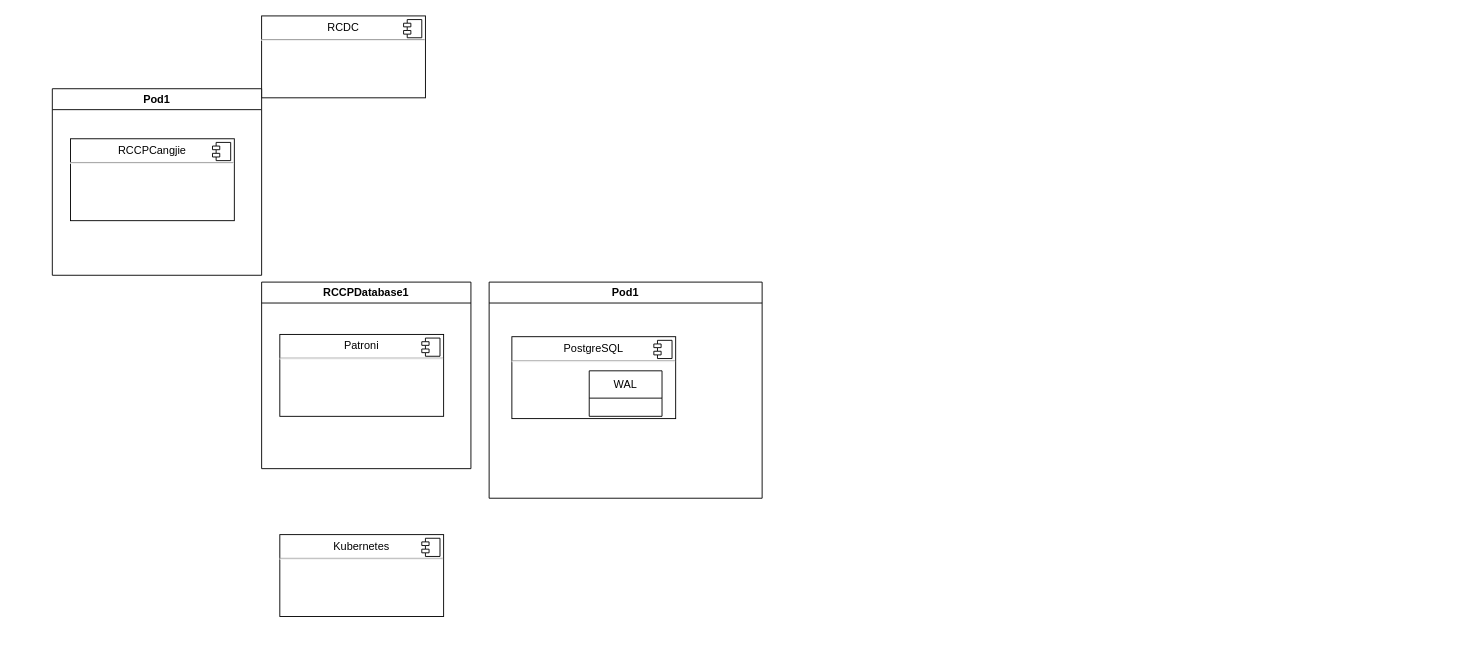
The draw.io diagram page "系统上下文" (1 of 2) of docs/PostgreSQLClusterWALWaterline,.drawio in xin49/patroni, before the edit. Source tidied: cells renumbered, new cells numbered last; positions are measured from the earlier drawing's top-left corner, leaving out a move shared by most shapes. Both pictures are drawn from the tidied source at 91%, with x=0, y=0 at pixel (52, 15).
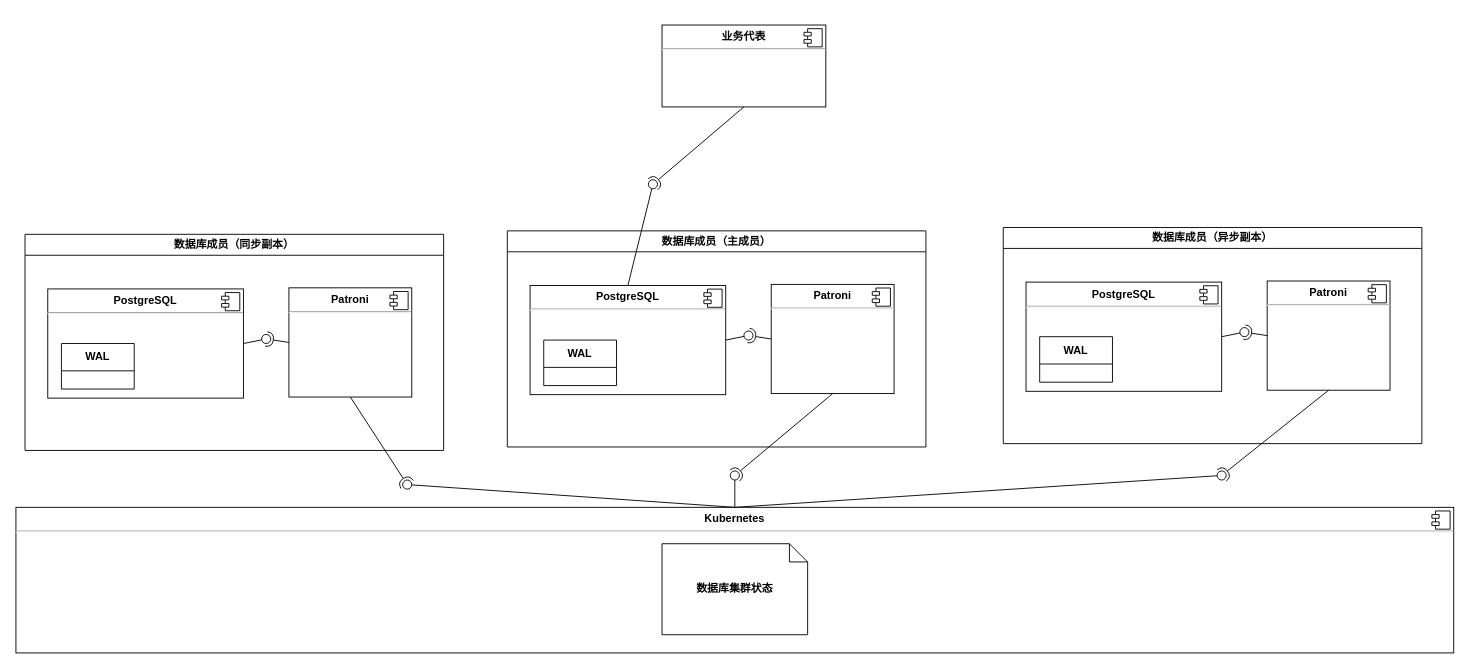
The same page after the edit.

Change to the diagram source:
```diff
@@
-    <mxCell id="2" value="&lt;p style=&quot;margin:0px;margin-top:6px;text-align:center;&quot;&gt;RCDC&lt;/p&gt;&lt;hr&gt;&lt;p style=&quot;margin:0px;margin-left:8px;&quot;&gt;&lt;br&gt;&lt;/p&gt;" style="align=left;overflow=fill;html=1;whiteSpace=wrap;" parent="1" vertex="1">
-      <mxGeometry x="230" width="180" height="90" as="geometry" />
+    <mxCell id="2" value="&lt;p style=&quot;margin:0px;margin-top:6px;text-align:center;&quot;&gt;业务代表&lt;/p&gt;&lt;hr&gt;&lt;p style=&quot;margin:0px;margin-left:8px;&quot;&gt;&lt;br&gt;&lt;/p&gt;" style="align=left;overflow=fill;html=1;whiteSpace=wrap;fontStyle=1;" parent="1" vertex="1">
+      <mxGeometry x="670" y="10" width="180" height="90" as="geometry" />
     </mxCell>
-    <mxCell id="3" style="shape=component;jettyWidth=8;jettyHeight=4;" parent="2" vertex="1">
+    <mxCell id="3" style="shape=component;jettyWidth=8;jettyHeight=4;fontStyle=1;" parent="2" vertex="1">
       <mxGeometry x="1" width="20" height="20" relative="1" as="geometry">
         <mxPoint x="-24" y="4" as="offset" />
       </mxGeometry>
     </mxCell>
-    <mxCell id="4" value="&lt;p style=&quot;margin:0px;margin-top:6px;text-align:center;&quot;&gt;RCCPCangjie&lt;/p&gt;&lt;hr&gt;&lt;p style=&quot;margin:0px;margin-left:8px;&quot;&gt;&lt;br&gt;&lt;/p&gt;" style="align=left;overflow=fill;html=1;whiteSpace=wrap;" parent="1" vertex="1">
-      <mxGeometry x="20" y="135" width="180" height="90" as="geometry" />
-    </mxCell>
-    <mxCell id="5" style="shape=component;jettyWidth=8;jettyHeight=4;" parent="4" vertex="1">
-      <mxGeometry x="1" width="20" height="20" relative="1" as="geometry">
-        <mxPoint x="-24" y="4" as="offset" />
-      </mxGeometry>
-    </mxCell>
-    <mxCell id="6" value="&lt;p style=&quot;margin:0px;margin-top:6px;text-align:center;&quot;&gt;Patroni&lt;/p&gt;&lt;hr&gt;&lt;p style=&quot;margin:0px;margin-left:8px;&quot;&gt;&lt;br&gt;&lt;/p&gt;" style="align=left;overflow=fill;html=1;whiteSpace=wrap;" parent="1" vertex="1">
-      <mxGeometry x="250" y="350" width="180" height="90" as="geometry" />
-    </mxCell>
-    <mxCell id="7" style="shape=component;jettyWidth=8;jettyHeight=4;" parent="6" vertex="1">
-      <mxGeometry x="1" width="20" height="20" relative="1" as="geometry">
-        <mxPoint x="-24" y="4" as="offset" />
-      </mxGeometry>
-    </mxCell>
-    <mxCell id="8" value="&lt;p style=&quot;margin:0px;margin-top:6px;text-align:center;&quot;&gt;Kubernetes&lt;/p&gt;&lt;hr&gt;&lt;p style=&quot;margin:0px;margin-left:8px;&quot;&gt;&lt;br&gt;&lt;/p&gt;" style="align=left;overflow=fill;html=1;whiteSpace=wrap;" parent="1" vertex="1">
-      <mxGeometry x="250" y="570" width="180" height="90" as="geometry" />
+    <mxCell id="8" value="&lt;p style=&quot;margin:0px;margin-top:6px;text-align:center;&quot;&gt;Kubernetes&lt;/p&gt;&lt;hr&gt;&lt;p style=&quot;margin:0px;margin-left:8px;&quot;&gt;&lt;br&gt;&lt;/p&gt;" style="align=left;overflow=fill;html=1;whiteSpace=wrap;fontStyle=1;" parent="1" vertex="1">
+      <mxGeometry x="-40" y="540" width="1580" height="160" as="geometry" />
     </mxCell>
-    <mxCell id="9" style="shape=component;jettyWidth=8;jettyHeight=4;" parent="8" vertex="1">
+    <mxCell id="9" style="shape=component;jettyWidth=8;jettyHeight=4;fontStyle=1;" parent="8" vertex="1">
       <mxGeometry x="1" width="20" height="20" relative="1" as="geometry">
         <mxPoint x="-24" y="4" as="offset" />
       </mxGeometry>
     </mxCell>
-    <mxCell id="10" value="Pod1" style="swimlane;whiteSpace=wrap;html=1;" parent="1" vertex="1">
-      <mxGeometry y="80" width="230" height="205" as="geometry" />
-    </mxCell>
-    <mxCell id="11" value="RCCPDatabase1" style="swimlane;whiteSpace=wrap;html=1;" parent="1" vertex="1">
-      <mxGeometry x="230" y="292.5" width="230" height="205" as="geometry" />
-    </mxCell>
-    <mxCell id="12" value="Pod1" style="swimlane;whiteSpace=wrap;html=1;" parent="1" vertex="1">
-      <mxGeometry x="480" y="292.5" width="300" height="237.5" as="geometry" />
+    <mxCell id="12" value="数据库成员（同步副本）" style="swimlane;whiteSpace=wrap;html=1;startSize=23;fontStyle=1;" parent="1" vertex="1">
+      <mxGeometry x="-30" y="240" width="460" height="237.5" as="geometry" />
     </mxCell>
-    <mxCell id="13" value="&lt;p style=&quot;margin:0px;margin-top:6px;text-align:center;&quot;&gt;PostgreSQL&lt;/p&gt;&lt;hr&gt;&lt;p style=&quot;margin:0px;margin-left:8px;&quot;&gt;&lt;br&gt;&lt;/p&gt;" style="align=left;overflow=fill;html=1;whiteSpace=wrap;" parent="12" vertex="1">
-      <mxGeometry x="25" y="60" width="180" height="90" as="geometry" />
+    <mxCell id="13" value="&lt;p style=&quot;margin:0px;margin-top:6px;text-align:center;&quot;&gt;PostgreSQL&lt;/p&gt;&lt;hr&gt;&lt;p style=&quot;margin:0px;margin-left:8px;&quot;&gt;&lt;br&gt;&lt;/p&gt;" style="align=left;overflow=fill;html=1;whiteSpace=wrap;fontStyle=1;" parent="12" vertex="1">
+      <mxGeometry x="25" y="60" width="215" height="120" as="geometry" />
     </mxCell>
-    <mxCell id="14" style="shape=component;jettyWidth=8;jettyHeight=4;" parent="13" vertex="1">
+    <mxCell id="14" style="shape=component;jettyWidth=8;jettyHeight=4;fontStyle=1;" parent="13" vertex="1">
       <mxGeometry x="1" width="20" height="20" relative="1" as="geometry">
         <mxPoint x="-24" y="4" as="offset" />
       </mxGeometry>
     </mxCell>
-    <mxCell id="15" value="WAL" style="swimlane;fontStyle=0;horizontal=1;startSize=30;whiteSpace=wrap;html=1;" parent="12" vertex="1">
-      <mxGeometry x="110" y="97.5" width="80" height="50" as="geometry" />
+    <mxCell id="15" value="WAL" style="swimlane;fontStyle=1;horizontal=1;startSize=30;whiteSpace=wrap;html=1;" parent="12" vertex="1">
+      <mxGeometry x="40" y="120" width="80" height="50" as="geometry" />
     </mxCell>
+    <mxCell id="16" value="&lt;p style=&quot;margin:0px;margin-top:6px;text-align:center;&quot;&gt;Patroni&lt;/p&gt;&lt;hr&gt;&lt;p style=&quot;margin:0px;margin-left:8px;&quot;&gt;&lt;br&gt;&lt;/p&gt;" style="align=left;overflow=fill;html=1;whiteSpace=wrap;fontStyle=1;" parent="12" vertex="1">
+      <mxGeometry x="290" y="58.8" width="135" height="120" as="geometry" />
+    </mxCell>
+    <mxCell id="17" style="shape=component;jettyWidth=8;jettyHeight=4;fontStyle=1;" parent="16" vertex="1">
+      <mxGeometry x="1" width="20" height="20" relative="1" as="geometry">
+        <mxPoint x="-24" y="4" as="offset" />
+      </mxGeometry>
+    </mxCell>
+    <mxCell id="18" value="数据库集群状态" style="shape=note;size=20;whiteSpace=wrap;html=1;fontStyle=1;" parent="1" vertex="1">
+      <mxGeometry x="670" y="580" width="160" height="100" as="geometry" />
+    </mxCell>
+    <mxCell id="19" style="rounded=0;jettySize=auto;html=1;endArrow=halfCircle;endFill=0;endSize=6;strokeWidth=1;sketch=0;exitX=0;exitY=0.5;exitDx=0;exitDy=0;" parent="1" edge="1" source="16" target="21">
+      <mxGeometry relative="1" as="geometry" />
+    </mxCell>
+    <mxCell id="20" style="rounded=0;jettySize=auto;html=1;endArrow=oval;endFill=0;sketch=0;sourcePerimeterSpacing=0;targetPerimeterSpacing=0;endSize=10;exitX=1;exitY=0.5;exitDx=0;exitDy=0;" parent="1" edge="1" source="13" target="21">
+      <mxGeometry relative="1" as="geometry" />
+    </mxCell>
+    <mxCell id="21" style="ellipse;whiteSpace=wrap;html=1;align=center;fillColor=none;strokeColor=none;perimeter=centerPerimeter;points=[];outlineConnect=1;labelBackgroundColor=none;" parent="1" vertex="1">
+      <mxGeometry x="230" y="350" width="10" height="10" as="geometry" />
+    </mxCell>
+    <mxCell id="22" style="rounded=0;jettySize=auto;html=1;endArrow=halfCircle;endFill=0;endSize=6;strokeWidth=1;sketch=0;exitX=0.5;exitY=1;exitDx=0;exitDy=0;" parent="1" edge="1" source="16" target="24">
+      <mxGeometry relative="1" as="geometry" />
+    </mxCell>
+    <mxCell id="23" style="rounded=0;jettySize=auto;html=1;endArrow=oval;endFill=0;sketch=0;sourcePerimeterSpacing=0;targetPerimeterSpacing=0;endSize=10;exitX=0.5;exitY=0;exitDx=0;exitDy=0;" parent="1" edge="1" source="8" target="24">
+      <mxGeometry relative="1" as="geometry" />
+    </mxCell>
+    <mxCell id="24" style="ellipse;whiteSpace=wrap;html=1;align=center;fillColor=none;strokeColor=none;perimeter=centerPerimeter;points=[];outlineConnect=1;" parent="1" vertex="1">
+      <mxGeometry x="385" y="510" width="10" height="10" as="geometry" />
+    </mxCell>
+    <mxCell id="25" value="数据库成员（主成员）" style="swimlane;whiteSpace=wrap;html=1;startSize=23;fontStyle=1;" parent="1" vertex="1">
+      <mxGeometry x="500" y="236.2" width="460" height="237.5" as="geometry" />
+    </mxCell>
+    <mxCell id="26" value="&lt;p style=&quot;margin:0px;margin-top:6px;text-align:center;&quot;&gt;PostgreSQL&lt;/p&gt;&lt;hr&gt;&lt;p style=&quot;margin:0px;margin-left:8px;&quot;&gt;&lt;br&gt;&lt;/p&gt;" style="align=left;overflow=fill;html=1;whiteSpace=wrap;fontStyle=1;" parent="25" vertex="1">
+      <mxGeometry x="25" y="60" width="215" height="120" as="geometry" />
+    </mxCell>
+    <mxCell id="27" style="shape=component;jettyWidth=8;jettyHeight=4;fontStyle=1;" parent="26" vertex="1">
+      <mxGeometry x="1" width="20" height="20" relative="1" as="geometry">
+        <mxPoint x="-24" y="4" as="offset" />
+      </mxGeometry>
+    </mxCell>
+    <mxCell id="28" value="WAL" style="swimlane;fontStyle=1;horizontal=1;startSize=30;whiteSpace=wrap;html=1;" parent="25" vertex="1">
+      <mxGeometry x="40" y="120" width="80" height="50" as="geometry" />
+    </mxCell>
+    <mxCell id="29" value="&lt;p style=&quot;margin:0px;margin-top:6px;text-align:center;&quot;&gt;Patroni&lt;/p&gt;&lt;hr&gt;&lt;p style=&quot;margin:0px;margin-left:8px;&quot;&gt;&lt;br&gt;&lt;/p&gt;" style="align=left;overflow=fill;html=1;whiteSpace=wrap;fontStyle=1;" parent="25" vertex="1">
+      <mxGeometry x="290" y="58.8" width="135" height="120" as="geometry" />
+    </mxCell>
+    <mxCell id="30" style="shape=component;jettyWidth=8;jettyHeight=4;fontStyle=1;" parent="29" vertex="1">
+      <mxGeometry x="1" width="20" height="20" relative="1" as="geometry">
+        <mxPoint x="-24" y="4" as="offset" />
+      </mxGeometry>
+    </mxCell>
+    <mxCell id="31" style="rounded=0;jettySize=auto;html=1;endArrow=halfCircle;endFill=0;endSize=6;strokeWidth=1;sketch=0;exitX=0;exitY=0.5;exitDx=0;exitDy=0;" parent="1" edge="1" source="29" target="33">
+      <mxGeometry relative="1" as="geometry" />
+    </mxCell>
+    <mxCell id="32" style="rounded=0;jettySize=auto;html=1;endArrow=oval;endFill=0;sketch=0;sourcePerimeterSpacing=0;targetPerimeterSpacing=0;endSize=10;exitX=1;exitY=0.5;exitDx=0;exitDy=0;" parent="1" edge="1" source="26" target="33">
+      <mxGeometry relative="1" as="geometry" />
+    </mxCell>
+    <mxCell id="33" style="ellipse;whiteSpace=wrap;html=1;align=center;fillColor=none;strokeColor=none;perimeter=centerPerimeter;points=[];outlineConnect=1;labelBackgroundColor=none;" parent="1" vertex="1">
+      <mxGeometry x="760" y="346.2" width="10" height="10" as="geometry" />
+    </mxCell>
+    <mxCell id="34" value="数据库成员（异步副本）" style="swimlane;whiteSpace=wrap;html=1;startSize=23;fontStyle=1;" parent="1" vertex="1">
+      <mxGeometry x="1045" y="232.5" width="460" height="237.5" as="geometry" />
+    </mxCell>
+    <mxCell id="35" value="&lt;p style=&quot;margin:0px;margin-top:6px;text-align:center;&quot;&gt;PostgreSQL&lt;/p&gt;&lt;hr&gt;&lt;p style=&quot;margin:0px;margin-left:8px;&quot;&gt;&lt;br&gt;&lt;/p&gt;" style="align=left;overflow=fill;html=1;whiteSpace=wrap;fontStyle=1;" parent="34" vertex="1">
+      <mxGeometry x="25" y="60" width="215" height="120" as="geometry" />
+    </mxCell>
+    <mxCell id="36" style="shape=component;jettyWidth=8;jettyHeight=4;fontStyle=1;" parent="35" vertex="1">
+      <mxGeometry x="1" width="20" height="20" relative="1" as="geometry">
+        <mxPoint x="-24" y="4" as="offset" />
+      </mxGeometry>
+    </mxCell>
+    <mxCell id="37" value="WAL" style="swimlane;fontStyle=1;horizontal=1;startSize=30;whiteSpace=wrap;html=1;" parent="34" vertex="1">
+      <mxGeometry x="40" y="120" width="80" height="50" as="geometry" />
+    </mxCell>
+    <mxCell id="38" value="&lt;p style=&quot;margin:0px;margin-top:6px;text-align:center;&quot;&gt;Patroni&lt;/p&gt;&lt;hr&gt;&lt;p style=&quot;margin:0px;margin-left:8px;&quot;&gt;&lt;br&gt;&lt;/p&gt;" style="align=left;overflow=fill;html=1;whiteSpace=wrap;fontStyle=1;" parent="34" vertex="1">
+      <mxGeometry x="290" y="58.8" width="135" height="120" as="geometry" />
+    </mxCell>
+    <mxCell id="39" style="shape=component;jettyWidth=8;jettyHeight=4;fontStyle=1;" parent="38" vertex="1">
+      <mxGeometry x="1" width="20" height="20" relative="1" as="geometry">
+        <mxPoint x="-24" y="4" as="offset" />
+      </mxGeometry>
+    </mxCell>
+    <mxCell id="40" style="rounded=0;jettySize=auto;html=1;endArrow=halfCircle;endFill=0;endSize=6;strokeWidth=1;sketch=0;exitX=0;exitY=0.5;exitDx=0;exitDy=0;" parent="1" edge="1" source="38" target="42">
+      <mxGeometry relative="1" as="geometry" />
+    </mxCell>
+    <mxCell id="41" style="rounded=0;jettySize=auto;html=1;endArrow=oval;endFill=0;sketch=0;sourcePerimeterSpacing=0;targetPerimeterSpacing=0;endSize=10;exitX=1;exitY=0.5;exitDx=0;exitDy=0;" parent="1" edge="1" source="35" target="42">
+      <mxGeometry relative="1" as="geometry" />
+    </mxCell>
+    <mxCell id="42" style="ellipse;whiteSpace=wrap;html=1;align=center;fillColor=none;strokeColor=none;perimeter=centerPerimeter;points=[];outlineConnect=1;labelBackgroundColor=none;" parent="1" vertex="1">
+      <mxGeometry x="1305" y="342.5" width="10" height="10" as="geometry" />
+    </mxCell>
+    <mxCell id="43" style="rounded=0;jettySize=auto;html=1;endArrow=halfCircle;endFill=0;endSize=6;strokeWidth=1;sketch=0;exitX=0.5;exitY=1;exitDx=0;exitDy=0;" parent="1" edge="1" source="29" target="45">
+      <mxGeometry relative="1" as="geometry" />
+    </mxCell>
+    <mxCell id="44" style="rounded=0;jettySize=auto;html=1;endArrow=oval;endFill=0;sketch=0;sourcePerimeterSpacing=0;targetPerimeterSpacing=0;endSize=10;exitX=0.5;exitY=0;exitDx=0;exitDy=0;" parent="1" edge="1" source="8" target="45">
+      <mxGeometry relative="1" as="geometry" />
+    </mxCell>
+    <mxCell id="45" style="ellipse;whiteSpace=wrap;html=1;align=center;fillColor=none;strokeColor=none;perimeter=centerPerimeter;points=[];outlineConnect=1;" parent="1" vertex="1">
+      <mxGeometry x="745" y="500" width="10" height="10" as="geometry" />
+    </mxCell>
+    <mxCell id="46" style="rounded=0;jettySize=auto;html=1;endArrow=halfCircle;endFill=0;endSize=6;strokeWidth=1;sketch=0;exitX=0.5;exitY=1;exitDx=0;exitDy=0;" parent="1" edge="1" source="38" target="48">
+      <mxGeometry relative="1" as="geometry" />
+    </mxCell>
+    <mxCell id="47" style="rounded=0;jettySize=auto;html=1;endArrow=oval;endFill=0;sketch=0;sourcePerimeterSpacing=0;targetPerimeterSpacing=0;endSize=10;exitX=0.5;exitY=0;exitDx=0;exitDy=0;" parent="1" edge="1" source="8" target="48">
+      <mxGeometry relative="1" as="geometry" />
+    </mxCell>
+    <mxCell id="48" style="ellipse;whiteSpace=wrap;html=1;align=center;fillColor=none;strokeColor=none;perimeter=centerPerimeter;points=[];outlineConnect=1;" parent="1" vertex="1">
+      <mxGeometry x="1280" y="500" width="10" height="10" as="geometry" />
+    </mxCell>
+    <mxCell id="49" style="rounded=0;jettySize=auto;html=1;endArrow=halfCircle;endFill=0;endSize=6;strokeWidth=1;sketch=0;exitX=0.5;exitY=1;exitDx=0;exitDy=0;" parent="1" edge="1" source="2" target="51">
+      <mxGeometry relative="1" as="geometry" />
+    </mxCell>
+    <mxCell id="50" style="rounded=0;jettySize=auto;html=1;endArrow=oval;endFill=0;sketch=0;sourcePerimeterSpacing=0;targetPerimeterSpacing=0;endSize=10;exitX=0.5;exitY=0;exitDx=0;exitDy=0;" parent="1" edge="1" source="26" target="51">
+      <mxGeometry relative="1" as="geometry" />
+    </mxCell>
+    <mxCell id="51" style="ellipse;whiteSpace=wrap;html=1;align=center;fillColor=none;strokeColor=none;perimeter=centerPerimeter;points=[];outlineConnect=1;" parent="1" vertex="1">
+      <mxGeometry x="655" y="180" width="10" height="10" as="geometry" />
+    </mxCell>
```
